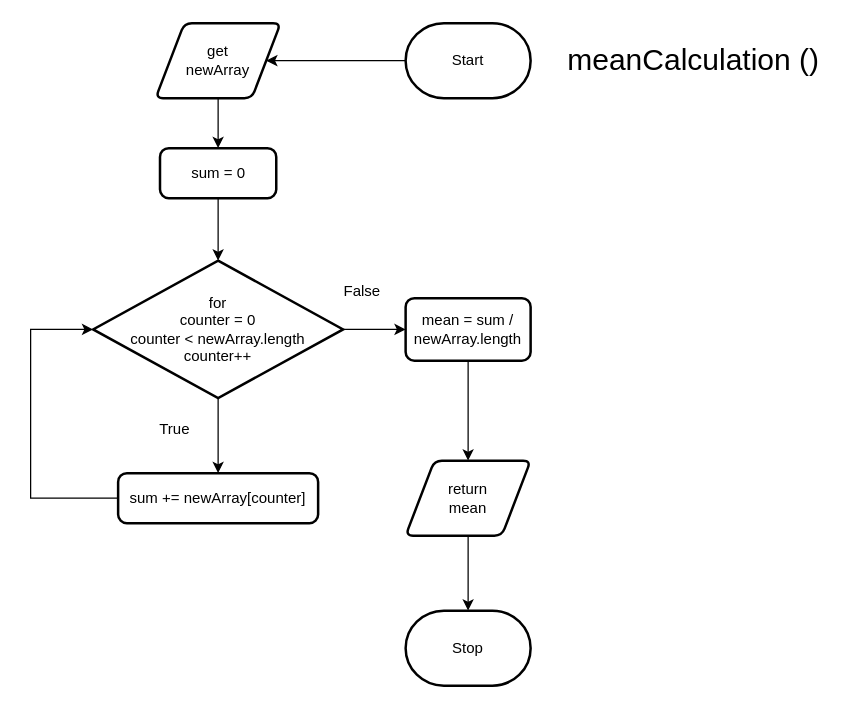
Emmanuel-Fofeyin/ICS4U-Unit1-06-Typescript keeps this draw.io diagram as design/meanFlowchart.drawio. Above is the earlier version. Source tidied: cells renumbered, new cells numbered last; positions are measured from the earlier drawing's top-left corner, leaving out a move shared by most shapes. Both pictures are drawn from the tidied source at 125%, with x=0, y=0 at pixel (30, 22).
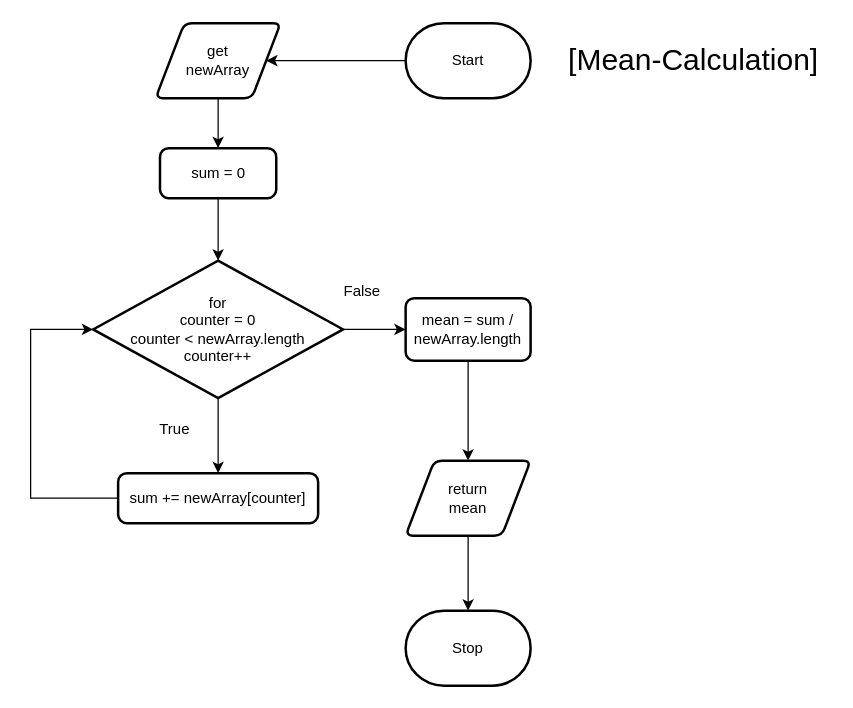
After the change.

The edit, as a diff of the source:
```diff
@@
-    <mxCell id="20" value="&lt;font style=&quot;font-size: 24px;&quot;&gt;meanCalculation ()&lt;/font&gt;" style="text;html=1;align=center;verticalAlign=middle;strokeColor=none;fillColor=none;" parent="1" vertex="1">
+    <mxCell id="20" value="&lt;font style=&quot;font-size: 24px;&quot;&gt;[Mean-Calculation]&lt;/font&gt;" style="text;html=1;align=center;verticalAlign=middle;strokeColor=none;fillColor=none;" parent="1" vertex="1">
       <mxGeometry x="420" y="10" width="220" height="40" as="geometry" />
     </mxCell>
```
